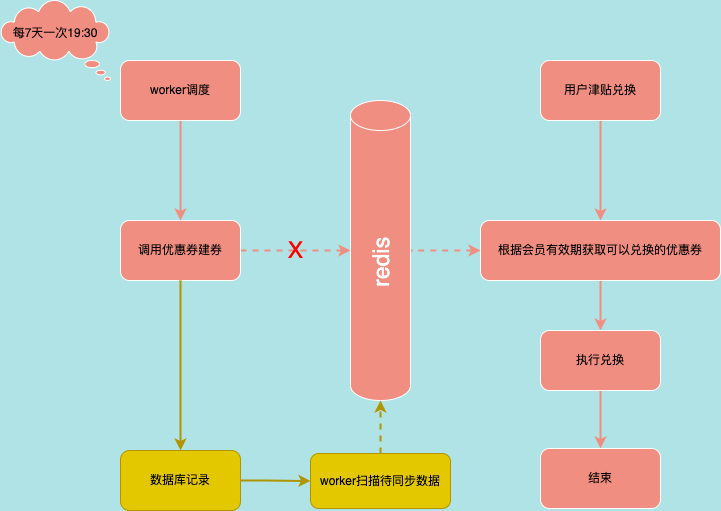
Above: 自动建券.png in 845642761/diagram (draw.io), before the change. Source tidied: cells renumbered, new cells last; positions are measured from the earlier drawing's top-left corner, leaving out a move shared by most shapes. Source of this version:
```xml
<mxGraphModel background="#B0E3E6">
  <root>
    <mxCell id="0" />
    <mxCell id="1" parent="0" />
    <mxCell id="2" value="&lt;div&gt;&lt;span style=&quot;line-height: 1.1&quot;&gt;每7天一次19:30&lt;/span&gt;&lt;/div&gt;&lt;div&gt;&lt;span style=&quot;line-height: 1.1&quot;&gt;&lt;br&gt;&lt;/span&gt;&lt;/div&gt;" style="whiteSpace=wrap;html=1;shape=mxgraph.basic.cloud_callout;rounded=0;sketch=0;fontSize=12;fontColor=default;strokeColor=#FFFFFF;fillColor=#F08E81;textDirection=ltr;direction=east;rotation=0;flipH=1;align=center;" parent="1" vertex="1">
      <mxGeometry width="110" height="80" as="geometry" />
    </mxCell>
    <mxCell id="3" value="X" style="edgeStyle=orthogonalEdgeStyle;curved=0;rounded=1;sketch=0;jettySize=auto;html=1;fontSize=23;fontColor=#FF0000;strokeColor=#F08E81;strokeWidth=2;dashed=1;labelBackgroundColor=none;" parent="1" edge="1" source="4" target="13">
      <mxGeometry relative="1" as="geometry" />
    </mxCell>
    <mxCell id="4" value="调用优惠券建券" style="rounded=1;whiteSpace=wrap;html=1;sketch=0;fontColor=default;strokeColor=#FFFFFF;fillColor=#F08E81;" parent="1" vertex="1">
      <mxGeometry x="120" y="220" width="120" height="60" as="geometry" />
    </mxCell>
    <mxCell id="5" style="edgeStyle=orthogonalEdgeStyle;curved=0;rounded=1;sketch=0;jettySize=auto;html=1;fontColor=#FFFFFF;strokeColor=#F08E81;fontSize=23;strokeWidth=2;" parent="1" edge="1" source="6" target="9">
      <mxGeometry relative="1" as="geometry" />
    </mxCell>
    <mxCell id="6" value="用户津贴兑换" style="rounded=1;whiteSpace=wrap;html=1;sketch=0;fontColor=default;strokeColor=#FFFFFF;fillColor=#F08E81;" parent="1" vertex="1">
      <mxGeometry x="540" y="60" width="120" height="60" as="geometry" />
    </mxCell>
    <mxCell id="7" style="edgeStyle=orthogonalEdgeStyle;curved=0;rounded=1;sketch=0;jettySize=auto;html=1;fontColor=#FFFFFF;strokeColor=#F08E81;fontSize=23;strokeWidth=2;" parent="1" edge="1" source="9" target="11">
      <mxGeometry relative="1" as="geometry" />
    </mxCell>
    <mxCell id="8" style="edgeStyle=orthogonalEdgeStyle;curved=0;rounded=1;sketch=0;jettySize=auto;html=1;entryX=1;entryY=0.5;entryDx=0;entryDy=0;entryPerimeter=0;dashed=1;fontSize=12;fontColor=default;strokeColor=#F08E81;strokeWidth=2;startArrow=classic;startFill=1;endArrow=none;endFill=0;" parent="1" edge="1" source="9" target="13">
      <mxGeometry relative="1" as="geometry" />
    </mxCell>
    <mxCell id="9" value="根据会员有效期获取可以兑换的优惠券" style="whiteSpace=wrap;html=1;fillColor=#F08E81;strokeColor=#FFFFFF;rounded=1;sketch=0;" parent="1" vertex="1">
      <mxGeometry x="480" y="220" width="240" height="60" as="geometry" />
    </mxCell>
    <mxCell id="10" style="edgeStyle=orthogonalEdgeStyle;curved=0;rounded=1;sketch=0;jettySize=auto;html=1;fontColor=#FFFFFF;strokeColor=#F08E81;fontSize=23;strokeWidth=2;" parent="1" edge="1" source="11" target="12">
      <mxGeometry relative="1" as="geometry" />
    </mxCell>
    <mxCell id="11" value="执行兑换" style="whiteSpace=wrap;html=1;fillColor=#F08E81;strokeColor=#FFFFFF;rounded=1;sketch=0;" parent="1" vertex="1">
      <mxGeometry x="540" y="330" width="120" height="60" as="geometry" />
    </mxCell>
    <mxCell id="12" value="结束" style="whiteSpace=wrap;html=1;fillColor=#F08E81;strokeColor=#FFFFFF;rounded=1;sketch=0;" parent="1" vertex="1">
      <mxGeometry x="540" y="448" width="120" height="60" as="geometry" />
    </mxCell>
    <mxCell id="13" value="&lt;font color=&quot;#ffffff&quot;&gt;redis&lt;/font&gt;" style="shape=cylinder3;whiteSpace=wrap;html=1;boundedLbl=1;backgroundOutline=1;size=15;rounded=0;sketch=0;fontColor=default;strokeColor=#FFFFFF;fillColor=#F08E81;textDirection=rtl;verticalAlign=middle;align=center;horizontal=0;fontSize=23;" parent="1" vertex="1">
      <mxGeometry x="350" y="100" width="60" height="300" as="geometry" />
    </mxCell>
    <mxCell id="14" style="edgeStyle=orthogonalEdgeStyle;curved=0;rounded=1;sketch=0;jettySize=auto;html=1;entryX=0.5;entryY=0;entryDx=0;entryDy=0;fontSize=23;fontColor=#FFFFFF;strokeColor=#F08E81;strokeWidth=2;" parent="1" edge="1" source="15" target="4">
      <mxGeometry relative="1" as="geometry" />
    </mxCell>
    <mxCell id="15" value="worker调度" style="rounded=1;whiteSpace=wrap;html=1;sketch=0;fontColor=default;strokeColor=#FFFFFF;fillColor=#F08E81;" parent="1" vertex="1">
      <mxGeometry x="120" y="60" width="120" height="60" as="geometry" />
    </mxCell>
    <mxCell id="16" style="edgeStyle=orthogonalEdgeStyle;curved=0;rounded=1;sketch=0;jettySize=auto;html=1;fontSize=12;fontColor=default;startArrow=none;startFill=0;strokeColor=#B09500;strokeWidth=2;exitX=0.5;exitY=1;exitDx=0;exitDy=0;fillColor=#e3c800;" parent="1" edge="1" source="4" target="18">
      <mxGeometry relative="1" as="geometry" />
    </mxCell>
    <mxCell id="17" style="edgeStyle=orthogonalEdgeStyle;curved=0;rounded=1;sketch=0;jettySize=auto;html=1;fontSize=12;fontColor=default;startArrow=none;startFill=0;strokeColor=#B09500;strokeWidth=2;fillColor=#e3c800;" parent="1" edge="1" source="18" target="20">
      <mxGeometry relative="1" as="geometry" />
    </mxCell>
    <mxCell id="18" value="数据库记录" style="whiteSpace=wrap;html=1;fillColor=#e3c800;strokeColor=#B09500;rounded=1;sketch=0;fontColor=#000000;" parent="1" vertex="1">
      <mxGeometry x="120" y="450" width="120" height="60" as="geometry" />
    </mxCell>
    <mxCell id="19" style="edgeStyle=orthogonalEdgeStyle;curved=0;rounded=1;sketch=0;jettySize=auto;html=1;entryX=0.5;entryY=1;entryDx=0;entryDy=0;entryPerimeter=0;fontSize=12;fontColor=default;startArrow=none;startFill=0;strokeColor=#B09500;strokeWidth=2;dashed=1;fillColor=#e3c800;" parent="1" edge="1" source="20" target="13">
      <mxGeometry relative="1" as="geometry" />
    </mxCell>
    <mxCell id="20" value="worker扫描待同步数据" style="whiteSpace=wrap;html=1;fillColor=#e3c800;strokeColor=#B09500;rounded=1;sketch=0;fontColor=#000000;" parent="1" vertex="1">
      <mxGeometry x="310" y="453" width="140" height="55" as="geometry" />
    </mxCell>
  </root>
</mxGraphModel>
```
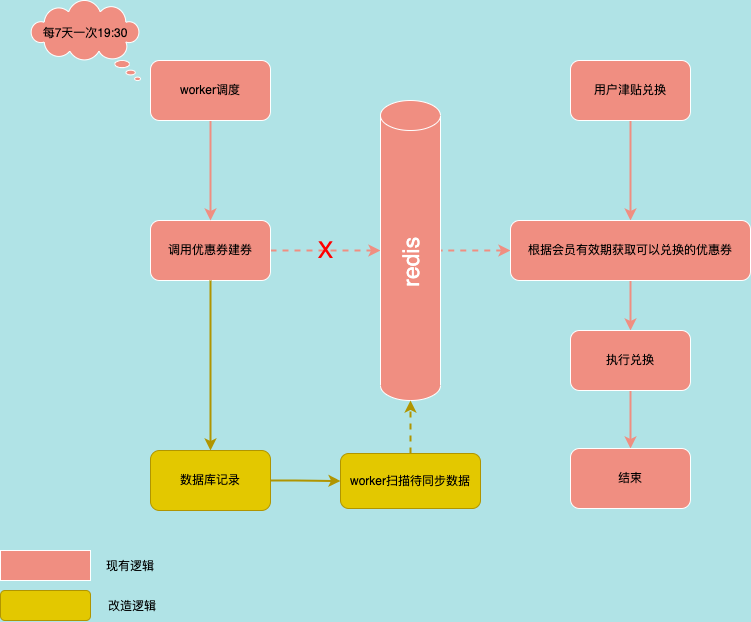
The same file after the commit.

Commit message:
更新自动建券.png

What changed in the source:
```diff
@@ -59,5 +59,17 @@
     <mxCell id="20" value="worker扫描待同步数据" style="whiteSpace=wrap;html=1;fillColor=#e3c800;strokeColor=#B09500;rounded=1;sketch=0;fontColor=#000000;" parent="1" vertex="1">
       <mxGeometry x="310" y="453" width="140" height="55" as="geometry" />
     </mxCell>
+    <mxCell id="21" style="rounded=0;whiteSpace=wrap;html=1;labelBackgroundColor=#ffffff;sketch=0;fontSize=12;fontColor=#FF0000;strokeColor=#FFFFFF;fillColor=#F08E81;" parent="1" vertex="1">
+      <mxGeometry x="-30" y="550" width="90" height="30" as="geometry" />
+    </mxCell>
+    <mxCell id="22" style="rounded=1;whiteSpace=wrap;html=1;labelBackgroundColor=#ffffff;sketch=0;fontSize=12;fontColor=#000000;strokeColor=#B09500;fillColor=#e3c800;" parent="1" vertex="1">
+      <mxGeometry x="-30" y="590" width="90" height="30" as="geometry" />
+    </mxCell>
+    <mxCell id="23" value="现有逻辑" style="text;html=1;strokeColor=none;fillColor=none;align=center;verticalAlign=middle;whiteSpace=wrap;rounded=0;labelBackgroundColor=none;sketch=0;fontSize=12;fontColor=#000000;" parent="1" vertex="1">
+      <mxGeometry x="70" y="551" width="60" height="30" as="geometry" />
+    </mxCell>
+    <mxCell id="24" value="改造逻辑" style="text;html=1;strokeColor=none;fillColor=none;align=center;verticalAlign=middle;whiteSpace=wrap;rounded=0;labelBackgroundColor=none;sketch=0;fontSize=12;fontColor=#000000;" parent="1" vertex="1">
+      <mxGeometry x="72" y="591" width="60" height="30" as="geometry" />
+    </mxCell>
   </root>
 </mxGraphModel>
```
